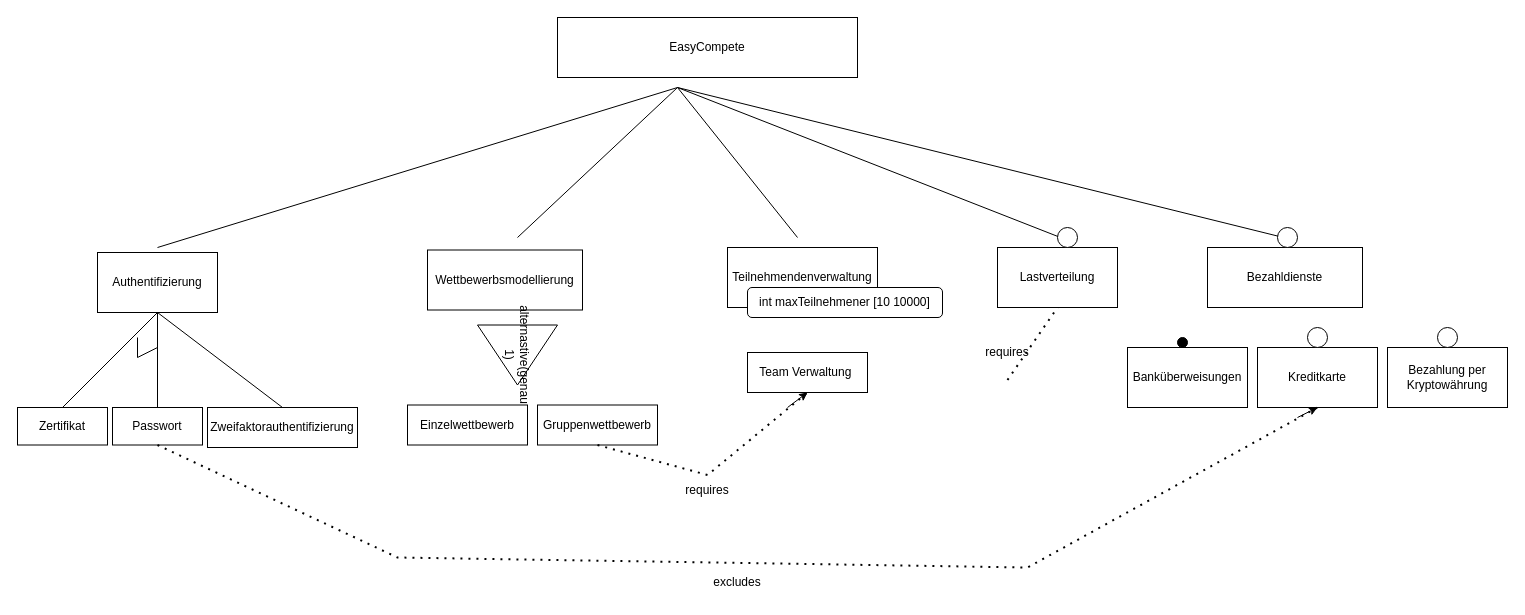
Earlier version of the draw.io diagram se11.drawio (Hiba97/Software-Engineering). Source tidied: cells renumbered, new cells numbered last; positions are measured from the earlier drawing's top-left corner, leaving out a move shared by most shapes. Both pictures are drawn from the tidied source at 100%, with x=0, y=0 at pixel (17, 17).
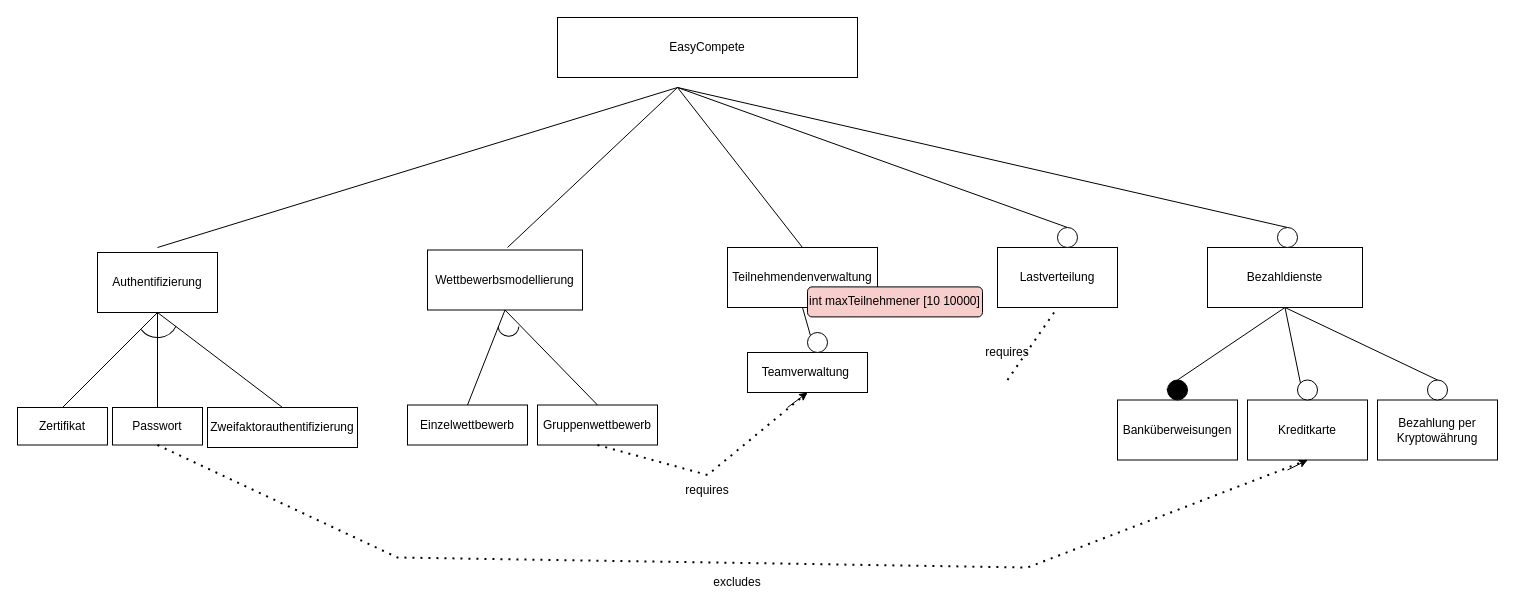
After the change.

Unchanged cells that the change refers to:
```xml
<mxCell id="3" value="Teilnehmendenverwaltung" style="rounded=0;whiteSpace=wrap;html=1;" parent="1" vertex="1">
  <mxGeometry x="710" y="230" width="150" height="60" as="geometry" />
</mxCell>
<mxCell id="4" value="Wettbewerbsmodellierung" style="rounded=0;whiteSpace=wrap;html=1;" parent="1" vertex="1">
  <mxGeometry x="410" y="232.5" width="155" height="60" as="geometry" />
</mxCell>
<mxCell id="5" value="Bezahldienste" style="rounded=0;whiteSpace=wrap;html=1;" parent="1" vertex="1">
  <mxGeometry x="1190" y="230" width="155" height="60" as="geometry" />
</mxCell>
<mxCell id="10" value="Einzelwettbewerb" style="rounded=0;whiteSpace=wrap;html=1;" parent="1" vertex="1">
  <mxGeometry x="390" y="387.5" width="120" height="40" as="geometry" />
</mxCell>
<mxCell id="11" value="Gruppenwettbewerb" style="rounded=0;whiteSpace=wrap;html=1;" parent="1" vertex="1">
  <mxGeometry x="520" y="387.5" width="120" height="40" as="geometry" />
</mxCell>
<mxCell id="39" style="ellipse;whiteSpace=wrap;html=1;fillColor=#FFFFFF;" parent="1" vertex="1">
  <mxGeometry x="1040" y="210" width="20" height="20" as="geometry" />
</mxCell>
<mxCell id="40" style="ellipse;whiteSpace=wrap;html=1;fillColor=#FFFFFF;" parent="1" vertex="1">
  <mxGeometry x="1260" y="210" width="20" height="20" as="geometry" />
</mxCell>
```

Diff of the diagram source:
```diff
@@
-    <mxCell id="8" value="int maxTeilnehmener [10 10000]" style="rounded=1;whiteSpace=wrap;html=1;" parent="1" vertex="1">
-      <mxGeometry x="730" y="270" width="195" height="30" as="geometry" />
+    <mxCell id="8" value="int maxTeilnehmener [10 10000]" style="rounded=1;whiteSpace=wrap;html=1;fillColor=#F8CECC;" parent="1" vertex="1">
+      <mxGeometry x="790" y="269.4" width="175" height="30" as="geometry" />
     </mxCell>
-    <mxCell id="9" value="Team Verwaltung&amp;nbsp;" style="rounded=0;whiteSpace=wrap;html=1;" parent="1" vertex="1">
+    <mxCell id="9" value="Teamverwaltung&amp;nbsp;" style="rounded=0;whiteSpace=wrap;html=1;" parent="1" vertex="1">
       <mxGeometry x="730" y="335" width="120" height="40" as="geometry" />
     </mxCell>
@@
-    <mxCell id="12" value="alternastive(genau 1)" style="triangle;whiteSpace=wrap;html=1;rotation=90;" parent="1" vertex="1">
-      <mxGeometry x="470" y="297.5" width="60" height="80" as="geometry" />
-    </mxCell>
@@
     <mxCell id="15" value="Banküberweisungen" style="rounded=0;whiteSpace=wrap;html=1;" parent="1" vertex="1">
-      <mxGeometry x="1110" y="330" width="120" height="60" as="geometry" />
+      <mxGeometry x="1100" y="382.5" width="120" height="60" as="geometry" />
     </mxCell>
     <mxCell id="16" value="Kreditkarte&lt;br&gt;" style="rounded=0;whiteSpace=wrap;html=1;" parent="1" vertex="1">
-      <mxGeometry x="1240" y="330" width="120" height="60" as="geometry" />
+      <mxGeometry x="1230" y="382.5" width="120" height="60" as="geometry" />
     </mxCell>
     <mxCell id="17" value="Bezahlung per Kryptowährung" style="rounded=0;whiteSpace=wrap;html=1;" parent="1" vertex="1">
-      <mxGeometry x="1370" y="330" width="120" height="60" as="geometry" />
+      <mxGeometry x="1360" y="382.5" width="120" height="60" as="geometry" />
     </mxCell>
-    <mxCell id="18" style="ellipse;whiteSpace=wrap;html=1;fillColor=#000000;" parent="1" vertex="1">
-      <mxGeometry x="1160" y="320" width="10" height="10" as="geometry" />
-    </mxCell>
     <mxCell id="19" style="ellipse;whiteSpace=wrap;html=1;fillColor=#FFFFFF;" parent="1" vertex="1">
-      <mxGeometry x="1290" y="310" width="20" height="20" as="geometry" />
+      <mxGeometry x="1280" y="362.5" width="20" height="20" as="geometry" />
     </mxCell>
@@
     <mxCell id="25" style="endArrow=classic;html=1;rounded=0;" parent="1" edge="1">
       <mxGeometry relative="1" as="geometry">
-        <mxPoint x="1280" y="400" as="sourcePoint" />
-        <mxPoint x="1300" y="390" as="targetPoint" />
+        <mxPoint x="1270" y="452.5" as="sourcePoint" />
+        <mxPoint x="1290" y="442.5" as="targetPoint" />
       </mxGeometry>
     </mxCell>
@@
     <mxCell id="29" style="ellipse;whiteSpace=wrap;html=1;fillColor=#FFFFFF;" parent="1" vertex="1">
-      <mxGeometry x="1420" y="310" width="20" height="20" as="geometry" />
+      <mxGeometry x="1410" y="362.5" width="20" height="20" as="geometry" />
     </mxCell>
@@
-    <mxCell id="34" style="endArrow=none;html=1;rounded=0;" parent="1" edge="1">
-      <mxGeometry relative="1" as="geometry">
-        <mxPoint x="120" y="320" as="sourcePoint" />
-        <mxPoint x="140" y="330" as="targetPoint" />
-        <Array as="points">
-          <mxPoint x="120" y="340" />
-        </Array>
-      </mxGeometry>
-    </mxCell>
     <mxCell id="35" style="endArrow=none;html=1;rounded=0;" parent="1" edge="1">
       <mxGeometry relative="1" as="geometry">
-        <mxPoint x="500" y="220" as="sourcePoint" />
+        <mxPoint x="490" y="230" as="sourcePoint" />
         <mxPoint x="660" y="70" as="targetPoint" />
       </mxGeometry>
     </mxCell>
-    <mxCell id="36" style="endArrow=none;html=1;rounded=0;" parent="1" edge="1">
+    <mxCell id="36" style="endArrow=none;html=1;rounded=0;exitX=0.5;exitY=0;exitDx=0;exitDy=0;" parent="1" edge="1" source="3">
       <mxGeometry relative="1" as="geometry">
-        <mxPoint x="780" y="220" as="sourcePoint" />
         <mxPoint x="660" y="70" as="targetPoint" />
       </mxGeometry>
     </mxCell>
-    <mxCell id="37" style="endArrow=none;html=1;rounded=0;" parent="1" edge="1">
+    <mxCell id="37" style="endArrow=none;html=1;rounded=0;exitX=0.5;exitY=0;exitDx=0;exitDy=0;" parent="1" edge="1" source="39">
       <mxGeometry relative="1" as="geometry">
-        <mxPoint x="1043" y="220" as="sourcePoint" />
         <mxPoint x="660" y="70" as="targetPoint" />
       </mxGeometry>
     </mxCell>
-    <mxCell id="38" style="endArrow=none;html=1;rounded=0;" parent="1" edge="1">
+    <mxCell id="38" style="endArrow=none;html=1;rounded=0;exitX=0.5;exitY=0;exitDx=0;exitDy=0;" parent="1" edge="1" source="40">
       <mxGeometry relative="1" as="geometry">
-        <mxPoint x="1266" y="220" as="sourcePoint" />
         <mxPoint x="660" y="70" as="targetPoint" />
       </mxGeometry>
     </mxCell>
@@
+    <mxCell id="41" style="endArrow=none;html=1;rounded=0;entryX=0.5;entryY=1;entryDx=0;entryDy=0;exitX=0;exitY=0;exitDx=0;exitDy=0;" parent="1" edge="1" source="44" target="3">
+      <mxGeometry relative="1" as="geometry" />
+    </mxCell>
+    <mxCell id="42" style="verticalLabelPosition=bottom;verticalAlign=top;html=1;shape=mxgraph.basic.arc;startAngle=0.27983026972473735;endAngle=0.6029348005261377;rotation=15;" parent="1" vertex="1">
+      <mxGeometry x="119.3" y="279.5" width="41.3" height="40.5" as="geometry" />
+    </mxCell>
+    <mxCell id="43" style="endArrow=none;html=1;rounded=0;exitX=0.5;exitY=0;exitDx=0;exitDy=0;entryX=0.5;entryY=1;entryDx=0;entryDy=0;" parent="1" edge="1" source="10" target="4">
+      <mxGeometry relative="1" as="geometry" />
+    </mxCell>
+    <mxCell id="44" style="ellipse;whiteSpace=wrap;html=1;fillColor=#FFFFFF;" parent="1" vertex="1">
+      <mxGeometry x="790" y="315" width="20" height="20" as="geometry" />
+    </mxCell>
+    <mxCell id="45" style="endArrow=none;html=1;rounded=0;exitX=0.5;exitY=0;exitDx=0;exitDy=0;entryX=0.5;entryY=1;entryDx=0;entryDy=0;" parent="1" edge="1" source="11" target="4">
+      <mxGeometry relative="1" as="geometry" />
+    </mxCell>
+    <mxCell id="46" style="verticalLabelPosition=bottom;verticalAlign=top;html=1;shape=mxgraph.basic.arc;startAngle=0.2140200985739569;endAngle=0.6935986841389987;rotation=15;" parent="1" vertex="1">
+      <mxGeometry x="480.6" y="298.2" width="20.8" height="20.6" as="geometry" />
+    </mxCell>
+    <mxCell id="47" style="ellipse;whiteSpace=wrap;html=1;fillColor=#000000;" parent="1" vertex="1">
+      <mxGeometry x="1150" y="362.5" width="20" height="20" as="geometry" />
+    </mxCell>
+    <mxCell id="48" style="edgeStyle=orthogonalEdgeStyle;rounded=0;orthogonalLoop=1;jettySize=auto;html=1;exitX=0;exitY=0.5;exitDx=0;exitDy=0;entryX=0;entryY=1;entryDx=0;entryDy=0;" parent="1" edge="1" source="47" target="47">
+      <mxGeometry relative="1" as="geometry" />
+    </mxCell>
+    <mxCell id="49" style="endArrow=none;html=1;rounded=0;exitX=0.5;exitY=0;exitDx=0;exitDy=0;entryX=0.5;entryY=1;entryDx=0;entryDy=0;" parent="1" edge="1" source="47" target="5">
+      <mxGeometry relative="1" as="geometry" />
+    </mxCell>
+    <mxCell id="50" style="endArrow=none;html=1;rounded=0;entryX=0.5;entryY=1;entryDx=0;entryDy=0;exitX=0;exitY=0;exitDx=0;exitDy=0;" parent="1" edge="1" source="19" target="5">
+      <mxGeometry relative="1" as="geometry" />
+    </mxCell>
+    <mxCell id="51" style="endArrow=none;html=1;rounded=0;exitX=0.5;exitY=0;exitDx=0;exitDy=0;entryX=0.5;entryY=1;entryDx=0;entryDy=0;" parent="1" edge="1" source="29" target="5">
+      <mxGeometry relative="1" as="geometry" />
+    </mxCell>
```
